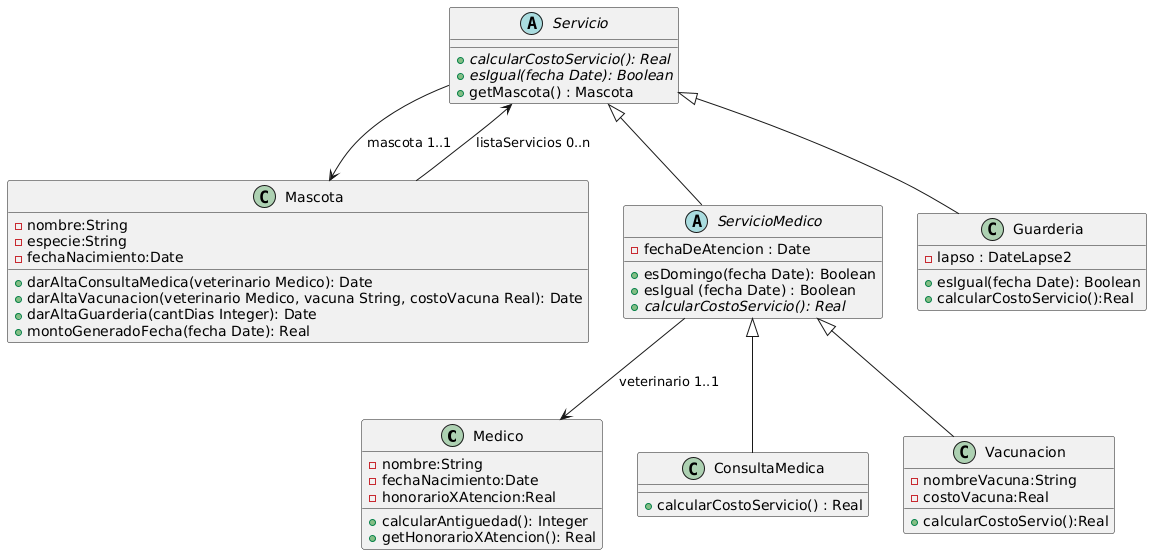
This is UML/UML25.png from M1CHEL04/OO1, a PlantUML export, as it was before one commit.
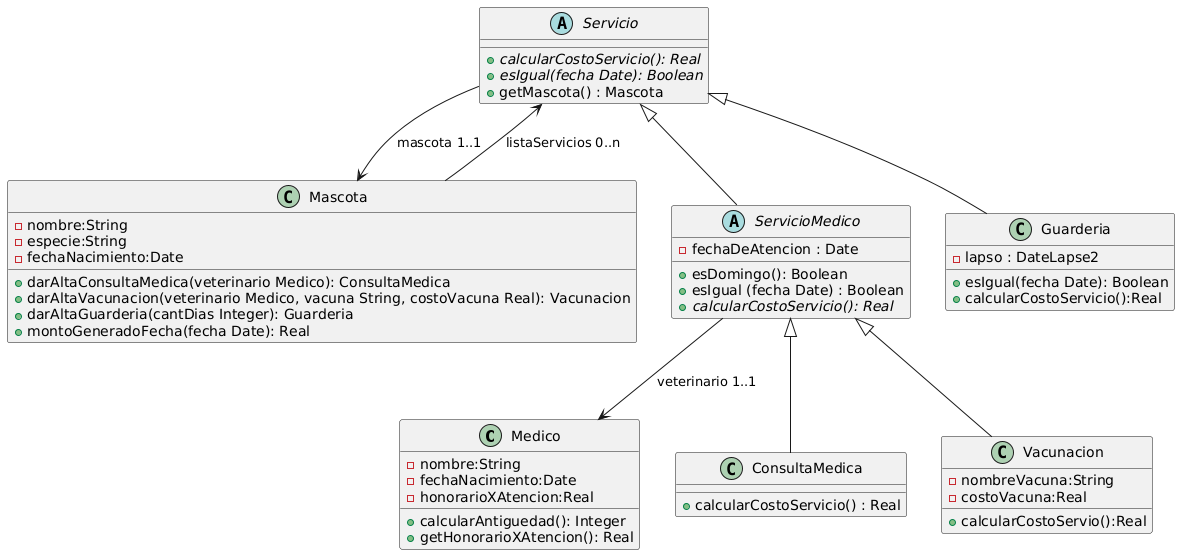
The same file after the commit.

Change to the diagram source:
```diff
@@ -14,9 +14,9 @@
 -especie:String
 -fechaNacimiento:Date
 
-+darAltaConsultaMedica(veterinario Medico): Date
-+darAltaVacunacion(veterinario Medico, vacuna String, costoVacuna Real): Date
-+darAltaGuarderia(cantDias Integer): Date
++darAltaConsultaMedica(veterinario Medico): ConsultaMedica
++darAltaVacunacion(veterinario Medico, vacuna String, costoVacuna Real): Vacunacion
++darAltaGuarderia(cantDias Integer): Guarderia
 +montoGeneradoFecha(fecha Date): Real
 
 }
@@ -30,7 +30,7 @@
 abstract class ServicioMedico extends Servicio{
 -fechaDeAtencion : Date
 
-+ esDomingo(fecha Date): Boolean
++ esDomingo(): Boolean
 + esIgual (fecha Date) : Boolean
 + {abstract} calcularCostoServicio(): Real
 }
```
